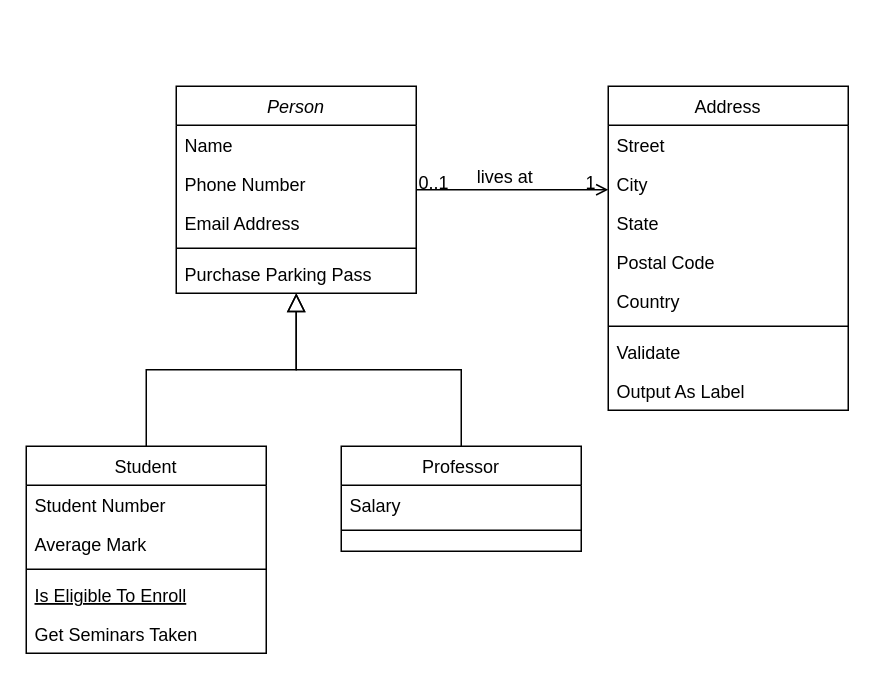
Earlier version of the draw.io diagram Untitled Diagram.drawio (vitoriadelanachaves/uml_class_diagram). Source tidied: cells renumbered, new cells numbered last; positions are measured from the earlier drawing's top-left corner, leaving out a move shared by most shapes. Both pictures are drawn from the tidied source at 150%, with x=0, y=0 at pixel (26, 86).
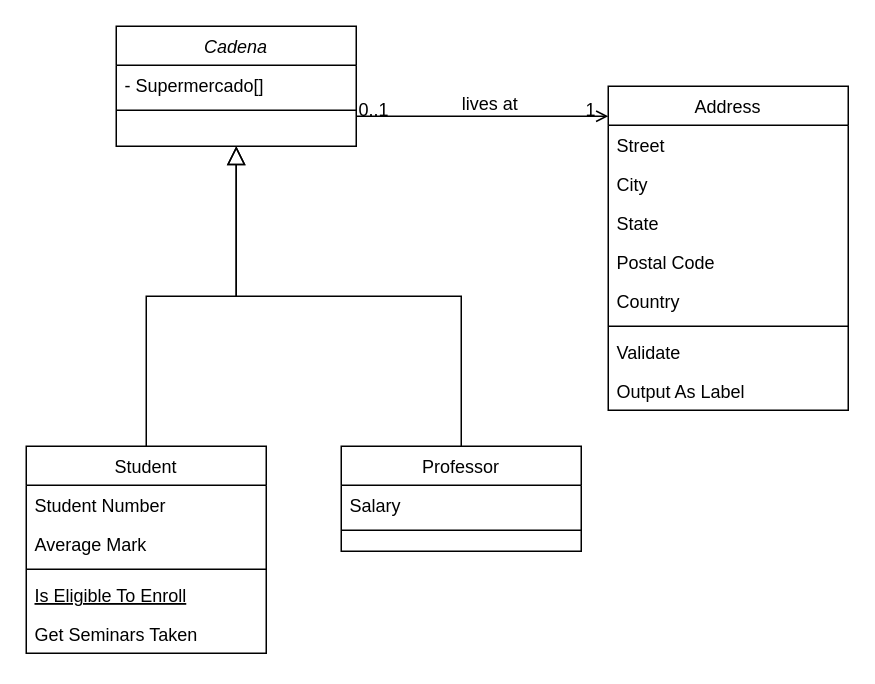
After the change.

What changed in the source:
```diff
@@
-    <mxCell id="2" value="Person" style="swimlane;fontStyle=2;align=center;verticalAlign=top;horizontal=1;startSize=26;rounded=0;shadow=0;strokeWidth=1;" parent="1" vertex="1">
-      <mxGeometry x="100" width="160" height="138" as="geometry" />
+    <mxCell id="2" value="Cadena" style="swimlane;fontStyle=2;align=center;verticalAlign=top;horizontal=1;startSize=26;rounded=0;shadow=0;strokeWidth=1;" parent="1" vertex="1">
+      <mxGeometry x="60" y="-40" width="160" height="80" as="geometry" />
     </mxCell>
-    <mxCell id="3" value="Name" style="text;align=left;verticalAlign=top;spacingLeft=4;spacingRight=4;overflow=hidden;" parent="2" vertex="1">
+    <mxCell id="3" value="- Supermercado[]" style="text;align=left;verticalAlign=top;spacingLeft=4;spacingRight=4;overflow=hidden;" parent="2" vertex="1">
       <mxGeometry y="26" width="160" height="26" as="geometry" />
     </mxCell>
-    <mxCell id="4" value="Phone Number" style="text;align=left;verticalAlign=top;spacingLeft=4;spacingRight=4;overflow=hidden;rounded=0;shadow=0;html=0;" parent="2" vertex="1">
-      <mxGeometry y="52" width="160" height="26" as="geometry" />
-    </mxCell>
-    <mxCell id="5" value="Email Address" style="text;align=left;verticalAlign=top;spacingLeft=4;spacingRight=4;overflow=hidden;rounded=0;shadow=0;html=0;" parent="2" vertex="1">
-      <mxGeometry y="78" width="160" height="26" as="geometry" />
-    </mxCell>
     <mxCell id="6" style="line;html=1;strokeWidth=1;align=left;verticalAlign=middle;spacingTop=-1;spacingLeft=3;spacingRight=3;labelPosition=right;" parent="2" vertex="1">
-      <mxGeometry y="104" width="160" height="8" as="geometry" />
+      <mxGeometry y="52" width="160" height="8" as="geometry" />
     </mxCell>
-    <mxCell id="7" value="Purchase Parking Pass" style="text;align=left;verticalAlign=top;spacingLeft=4;spacingRight=4;overflow=hidden;" parent="2" vertex="1">
-      <mxGeometry y="112" width="160" height="26" as="geometry" />
-    </mxCell>
```
